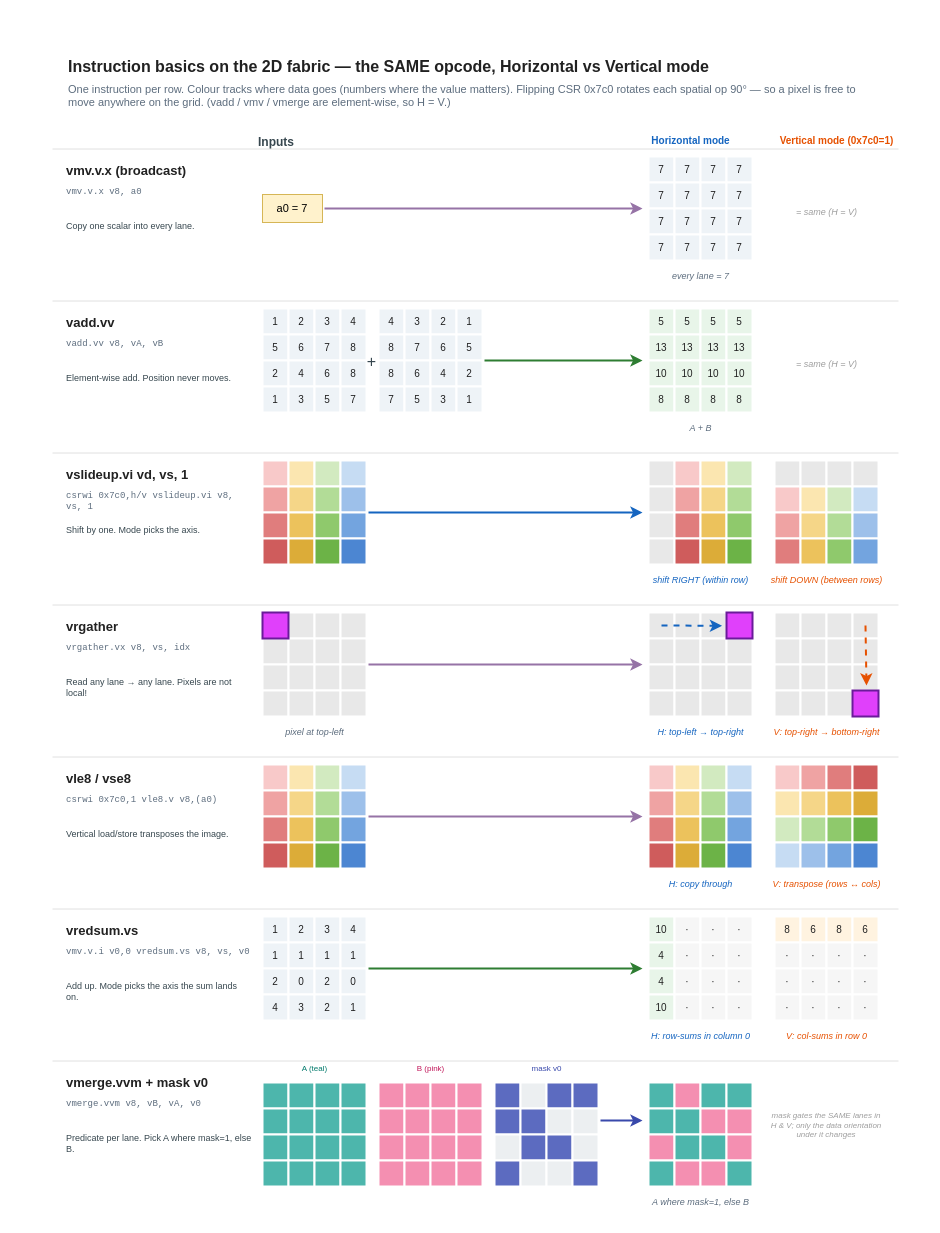
The draw.io diagram fyp_diagram/selected/fabric_instruction_basics.drawio in bontang828/VisionSoC, before the edit. Source tidied: cells renumbered, new cells numbered last; positions are measured from the earlier drawing's top-left corner, leaving out a move shared by most shapes. Both pictures are drawn from the tidied source at 100%, with x=0, y=0 at pixel (52, 50).
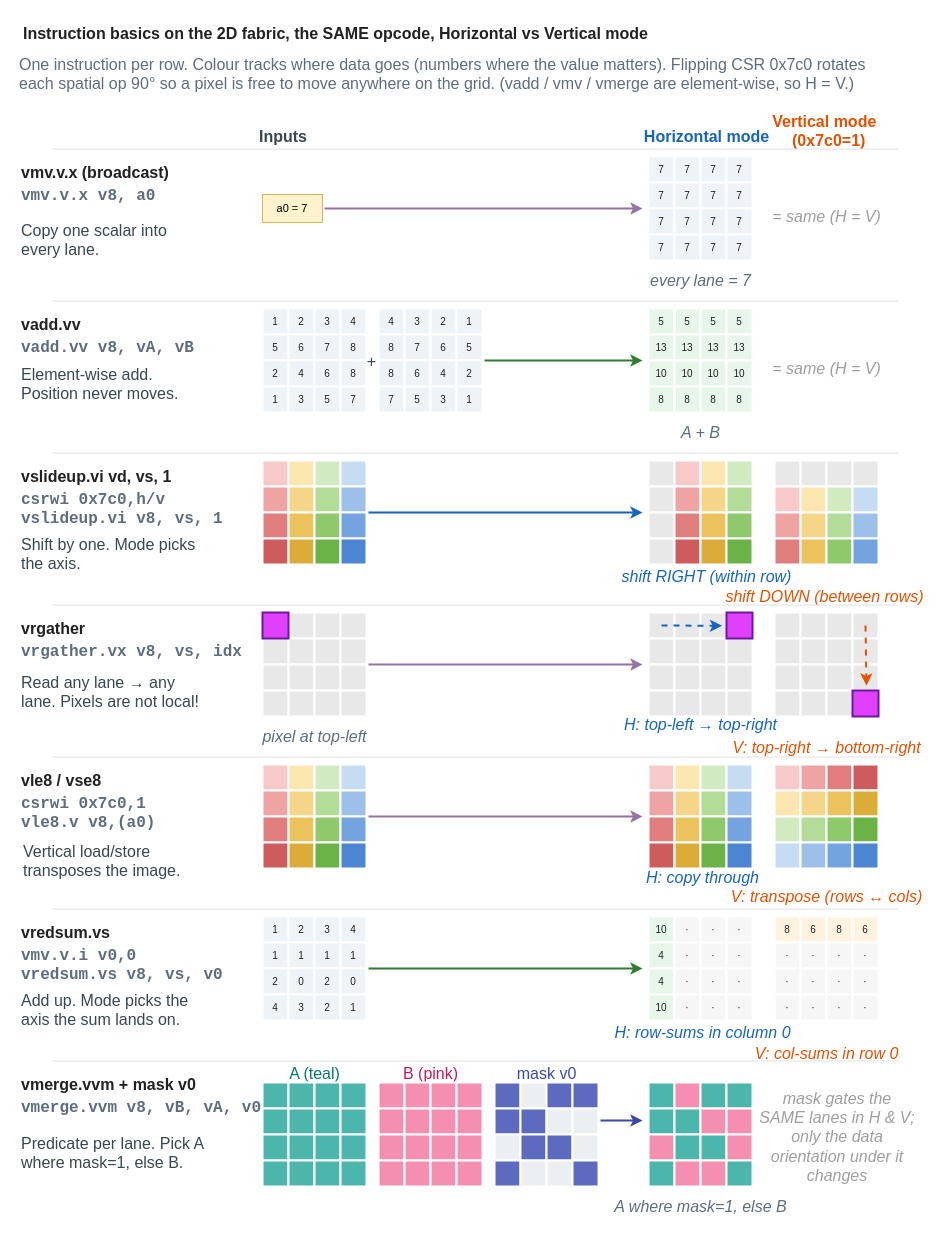
The same diagram, later.

What changed in the source:
```diff
@@
-    <mxCell id="2" value="Instruction basics on the 2D fabric — the SAME opcode, Horizontal vs Vertical mode" style="text;html=1;align=left;fontSize=16;fontStyle=1;fontColor=#212121;" parent="1" vertex="1">
-      <mxGeometry x="14" width="820" height="24" as="geometry" />
+    <mxCell id="2" value="Instruction basics on the 2D fabric, the SAME opcode, Horizontal vs Vertical mode" style="text;html=1;align=left;fontSize=16;fontStyle=1;fontColor=#212121;" parent="1" vertex="1">
+      <mxGeometry x="-31.5" y="-33" width="820" height="24" as="geometry" />
     </mxCell>
-    <mxCell id="3" value="One instruction per row. Colour tracks where data goes (numbers where the value matters). Flipping CSR 0x7c0 rotates each spatial op 90° — so a pixel is free to move anywhere on the grid. (vadd / vmv / vmerge are element-wise, so H = V.)" style="text;html=1;align=left;fontSize=11;fontColor=#5D6D7E;whiteSpace=wrap;" parent="1" vertex="1">
-      <mxGeometry x="14" y="26" width="799" height="28" as="geometry" />
+    <mxCell id="3" value="One instruction per row. Colour tracks where data goes (numbers where the value matters). Flipping CSR 0x7c0 rotates each spatial op 90° so a pixel is free to move anywhere on the grid. (vadd / vmv / vmerge are element-wise, so H = V.)" style="text;html=1;align=left;fontSize=16;fontColor=#5D6D7E;whiteSpace=wrap;" parent="1" vertex="1">
+      <mxGeometry x="-35" y="-2" width="849" height="28" as="geometry" />
     </mxCell>
-    <mxCell id="4" value="Inputs" style="text;html=1;align=left;fontSize=12;fontStyle=1;fontColor=#37474F;" parent="1" vertex="1">
-      <mxGeometry x="204" y="78" width="330" height="20" as="geometry" />
+    <mxCell id="4" value="Inputs" style="text;html=1;align=left;fontSize=16;fontStyle=1;fontColor=#37474F;" parent="1" vertex="1">
+      <mxGeometry x="205" y="70" width="330" height="20" as="geometry" />
     </mxCell>
-    <mxCell id="5" value="Horizontal mode" style="text;html=1;align=center;fontSize=10;fontStyle=1;fontColor=#1565C0;" parent="1" vertex="1">
-      <mxGeometry x="580" y="78" width="116" height="20" as="geometry" />
+    <mxCell id="5" value="Horizontal mode" style="text;html=1;align=center;fontSize=16;fontStyle=1;fontColor=#1565C0;" parent="1" vertex="1">
+      <mxGeometry x="596" y="70" width="116" height="20" as="geometry" />
     </mxCell>
-    <mxCell id="6" value="Vertical mode  (0x7c0=1)" style="text;html=1;align=center;fontSize=10;fontStyle=1;fontColor=#E65100;" parent="1" vertex="1">
-      <mxGeometry x="726" y="78" width="116" height="20" as="geometry" />
+    <mxCell id="6" value="Vertical mode&amp;nbsp;&lt;div&gt;&amp;nbsp;(0x7c0=1)&lt;/div&gt;" style="text;html=1;align=center;fontSize=16;fontStyle=1;fontColor=#E65100;" parent="1" vertex="1">
+      <mxGeometry x="716" y="55" width="116" height="20" as="geometry" />
     </mxCell>
-    <mxCell id="7" value="vmv.v.x  (broadcast)" style="text;html=1;align=left;fontSize=13;fontStyle=1;fontColor=#212121;" parent="1" vertex="1">
-      <mxGeometry x="12" y="106" width="188" height="22" as="geometry" />
+    <mxCell id="7" value="vmv.v.x  (broadcast)" style="text;html=1;align=left;fontSize=16;fontStyle=1;fontColor=#212121;" parent="1" vertex="1">
+      <mxGeometry x="-33" y="106" width="188" height="22" as="geometry" />
     </mxCell>
-    <mxCell id="8" value="vmv.v.x v8, a0" style="text;html=1;align=left;fontSize=9;fontFamily=Courier New;fontColor=#5D6D7E;whiteSpace=wrap;" parent="1" vertex="1">
-      <mxGeometry x="12" y="130" width="188" height="30" as="geometry" />
+    <mxCell id="8" value="vmv.v.x v8, a0" style="text;html=1;align=left;fontSize=16;fontFamily=Courier New;fontColor=#5D6D7E;whiteSpace=wrap;fontStyle=1;" parent="1" vertex="1">
+      <mxGeometry x="-33" y="130" width="188" height="30" as="geometry" />
     </mxCell>
-    <mxCell id="9" value="Copy one scalar into every lane." style="text;html=1;align=left;fontSize=9;fontColor=#37474F;whiteSpace=wrap;" parent="1" vertex="1">
-      <mxGeometry x="12" y="164" width="188" height="40" as="geometry" />
+    <mxCell id="9" value="Copy one scalar into every lane." style="text;html=1;align=left;fontSize=16;fontColor=#37474F;whiteSpace=wrap;" parent="1" vertex="1">
+      <mxGeometry x="-33" y="164" width="188" height="40" as="geometry" />
     </mxCell>
@@
-    <mxCell id="28" value="every lane = 7" style="text;html=1;align=center;fontSize=9;fontStyle=2;fontColor=#5D6D7E;" parent="1" vertex="1">
+    <mxCell id="28" value="every lane = 7" style="text;html=1;align=center;fontSize=16;fontStyle=2;fontColor=#5D6D7E;" parent="1" vertex="1">
       <mxGeometry x="596" y="214" width="104" height="16" as="geometry" />
     </mxCell>
-    <mxCell id="29" value="= same  (H = V)" style="text;html=1;align=center;fontSize=9;fontStyle=2;fontColor=#9E9E9E;" parent="1" vertex="1">
+    <mxCell id="29" value="= same  (H = V)" style="text;html=1;align=center;fontSize=16;fontStyle=2;fontColor=#9E9E9E;" parent="1" vertex="1">
       <mxGeometry x="722" y="150" width="104" height="16" as="geometry" />
     </mxCell>
-    <mxCell id="30" value="vadd.vv" style="text;html=1;align=left;fontSize=13;fontStyle=1;fontColor=#212121;" parent="1" vertex="1">
-      <mxGeometry x="12" y="258" width="188" height="22" as="geometry" />
+    <mxCell id="30" value="vadd.vv" style="text;html=1;align=left;fontSize=16;fontStyle=1;fontColor=#212121;" parent="1" vertex="1">
+      <mxGeometry x="-33" y="258" width="188" height="22" as="geometry" />
     </mxCell>
-    <mxCell id="31" value="vadd.vv v8, vA, vB" style="text;html=1;align=left;fontSize=9;fontFamily=Courier New;fontColor=#5D6D7E;whiteSpace=wrap;" parent="1" vertex="1">
-      <mxGeometry x="12" y="282" width="188" height="30" as="geometry" />
+    <mxCell id="31" value="vadd.vv v8, vA, vB" style="text;html=1;align=left;fontSize=16;fontFamily=Courier New;fontColor=#5D6D7E;whiteSpace=wrap;fontStyle=1;" parent="1" vertex="1">
+      <mxGeometry x="-33" y="282" width="188" height="30" as="geometry" />
     </mxCell>
-    <mxCell id="32" value="Element-wise add. Position never moves." style="text;html=1;align=left;fontSize=9;fontColor=#37474F;whiteSpace=wrap;" parent="1" vertex="1">
-      <mxGeometry x="12" y="316" width="188" height="40" as="geometry" />
+    <mxCell id="32" value="Element-wise add. Position never moves." style="text;html=1;align=left;fontSize=16;fontColor=#37474F;whiteSpace=wrap;" parent="1" vertex="1">
+      <mxGeometry x="-33" y="308" width="188" height="40" as="geometry" />
     </mxCell>
@@
-    <mxCell id="83" value="A + B" style="text;html=1;align=center;fontSize=9;fontStyle=2;fontColor=#5D6D7E;" parent="1" vertex="1">
+    <mxCell id="83" value="A + B" style="text;html=1;align=center;fontSize=16;fontStyle=2;fontColor=#5D6D7E;" parent="1" vertex="1">
       <mxGeometry x="596" y="366" width="104" height="16" as="geometry" />
     </mxCell>
-    <mxCell id="84" value="= same  (H = V)" style="text;html=1;align=center;fontSize=9;fontStyle=2;fontColor=#9E9E9E;" parent="1" vertex="1">
+    <mxCell id="84" value="= same  (H = V)" style="text;html=1;align=center;fontSize=16;fontStyle=2;fontColor=#9E9E9E;" parent="1" vertex="1">
       <mxGeometry x="722" y="302" width="104" height="16" as="geometry" />
     </mxCell>
-    <mxCell id="85" value="vslideup.vi  vd, vs, 1" style="text;html=1;align=left;fontSize=13;fontStyle=1;fontColor=#212121;" parent="1" vertex="1">
-      <mxGeometry x="12" y="410" width="188" height="22" as="geometry" />
+    <mxCell id="85" value="vslideup.vi  vd, vs, 1" style="text;html=1;align=left;fontSize=16;fontStyle=1;fontColor=#212121;" parent="1" vertex="1">
+      <mxGeometry x="-33" y="410" width="188" height="22" as="geometry" />
     </mxCell>
-    <mxCell id="86" value="csrwi 0x7c0,h/v vslideup.vi v8, vs, 1" style="text;html=1;align=left;fontSize=9;fontFamily=Courier New;fontColor=#5D6D7E;whiteSpace=wrap;" parent="1" vertex="1">
-      <mxGeometry x="12" y="434" width="188" height="30" as="geometry" />
+    <mxCell id="86" value="csrwi 0x7c0,h/v vslideup.vi v8, vs, 1" style="text;html=1;align=left;fontSize=16;fontFamily=Courier New;fontColor=#5D6D7E;whiteSpace=wrap;fontStyle=1;" parent="1" vertex="1">
+      <mxGeometry x="-33" y="434" width="212" height="30" as="geometry" />
     </mxCell>
-    <mxCell id="87" value="Shift by one. Mode picks the axis." style="text;html=1;align=left;fontSize=9;fontColor=#37474F;whiteSpace=wrap;" parent="1" vertex="1">
-      <mxGeometry x="12" y="468" width="188" height="40" as="geometry" />
+    <mxCell id="87" value="Shift by one. Mode picks the axis." style="text;html=1;align=left;fontSize=16;fontColor=#37474F;whiteSpace=wrap;" parent="1" vertex="1">
+      <mxGeometry x="-33" y="478" width="188" height="40" as="geometry" />
     </mxCell>
@@
-    <mxCell id="121" value="shift RIGHT (within row)" style="text;html=1;align=center;fontSize=9;fontStyle=2;fontColor=#1565C0;" parent="1" vertex="1">
-      <mxGeometry x="596" y="518" width="104" height="16" as="geometry" />
+    <mxCell id="121" value="shift RIGHT (within row)" style="text;html=1;align=center;fontSize=16;fontStyle=2;fontColor=#1565C0;" parent="1" vertex="1">
+      <mxGeometry x="602" y="510" width="104" height="16" as="geometry" />
     </mxCell>
@@
-    <mxCell id="138" value="shift DOWN (between rows)" style="text;html=1;align=center;fontSize=9;fontStyle=2;fontColor=#E65100;" parent="1" vertex="1">
-      <mxGeometry x="722" y="518" width="104" height="16" as="geometry" />
+    <mxCell id="138" value="shift DOWN (between rows)" style="text;html=1;align=center;fontSize=16;fontStyle=2;fontColor=#E65100;" parent="1" vertex="1">
+      <mxGeometry x="720" y="530" width="104" height="16" as="geometry" />
     </mxCell>
-    <mxCell id="139" value="vrgather" style="text;html=1;align=left;fontSize=13;fontStyle=1;fontColor=#212121;" parent="1" vertex="1">
-      <mxGeometry x="12" y="562" width="188" height="22" as="geometry" />
+    <mxCell id="139" value="vrgather" style="text;html=1;align=left;fontSize=16;fontStyle=1;fontColor=#212121;" parent="1" vertex="1">
+      <mxGeometry x="-33" y="562" width="188" height="22" as="geometry" />
     </mxCell>
-    <mxCell id="140" value="vrgather.vx v8, vs, idx" style="text;html=1;align=left;fontSize=9;fontFamily=Courier New;fontColor=#5D6D7E;whiteSpace=wrap;" parent="1" vertex="1">
-      <mxGeometry x="12" y="586" width="188" height="30" as="geometry" />
+    <mxCell id="140" value="vrgather.vx v8, vs, idx" style="text;html=1;align=left;fontSize=16;fontFamily=Courier New;fontColor=#5D6D7E;whiteSpace=wrap;fontStyle=1;" parent="1" vertex="1">
+      <mxGeometry x="-33" y="586" width="225" height="30" as="geometry" />
     </mxCell>
-    <mxCell id="141" value="Read any lane → any lane. Pixels are not local!" style="text;html=1;align=left;fontSize=9;fontColor=#37474F;whiteSpace=wrap;" parent="1" vertex="1">
-      <mxGeometry x="12" y="620" width="188" height="40" as="geometry" />
+    <mxCell id="141" value="Read any lane → any lane. Pixels are not local!" style="text;html=1;align=left;fontSize=16;fontColor=#37474F;whiteSpace=wrap;" parent="1" vertex="1">
+      <mxGeometry x="-33" y="616" width="188" height="40" as="geometry" />
     </mxCell>
@@
-    <mxCell id="158" value="pixel at top-left" style="text;html=1;align=center;fontSize=9;fontStyle=2;fontColor=#5D6D7E;" parent="1" vertex="1">
+    <mxCell id="158" value="pixel at top-left" style="text;html=1;align=center;fontSize=16;fontStyle=2;fontColor=#5D6D7E;" parent="1" vertex="1">
       <mxGeometry x="210" y="670" width="104" height="16" as="geometry" />
     </mxCell>
@@
-    <mxCell id="174" value="H: top-left → top-right" style="text;html=1;align=center;fontSize=9;fontStyle=2;fontColor=#1565C0;" parent="1" vertex="1">
-      <mxGeometry x="596" y="670" width="104" height="16" as="geometry" />
+    <mxCell id="174" value="H: top-left → top-right" style="text;html=1;align=center;fontSize=16;fontStyle=2;fontColor=#1565C0;" parent="1" vertex="1">
+      <mxGeometry x="596" y="658" width="104" height="16" as="geometry" />
     </mxCell>
@@
-    <mxCell id="191" value="V: top-right → bottom-right" style="text;html=1;align=center;fontSize=9;fontStyle=2;fontColor=#E65100;" parent="1" vertex="1">
-      <mxGeometry x="722" y="670" width="104" height="16" as="geometry" />
+    <mxCell id="191" value="V: top-right → bottom-right" style="text;html=1;align=center;fontSize=16;fontStyle=2;fontColor=#E65100;" parent="1" vertex="1">
+      <mxGeometry x="722" y="681" width="104" height="16" as="geometry" />
     </mxCell>
-    <mxCell id="192" value="vle8 / vse8" style="text;html=1;align=left;fontSize=13;fontStyle=1;fontColor=#212121;" parent="1" vertex="1">
-      <mxGeometry x="12" y="714" width="188" height="22" as="geometry" />
+    <mxCell id="192" value="vle8 / vse8" style="text;html=1;align=left;fontSize=16;fontStyle=1;fontColor=#212121;" parent="1" vertex="1">
+      <mxGeometry x="-33" y="714" width="188" height="22" as="geometry" />
     </mxCell>
-    <mxCell id="193" value="csrwi 0x7c0,1 vle8.v v8,(a0)" style="text;html=1;align=left;fontSize=9;fontFamily=Courier New;fontColor=#5D6D7E;whiteSpace=wrap;" parent="1" vertex="1">
-      <mxGeometry x="12" y="738" width="188" height="30" as="geometry" />
+    <mxCell id="193" value="csrwi 0x7c0,1 vle8.v v8,(a0)" style="text;html=1;align=left;fontSize=16;fontFamily=Courier New;fontColor=#5D6D7E;whiteSpace=wrap;fontStyle=1;" parent="1" vertex="1">
+      <mxGeometry x="-33" y="738" width="188" height="30" as="geometry" />
     </mxCell>
-    <mxCell id="194" value="Vertical load/store transposes the image." style="text;html=1;align=left;fontSize=9;fontColor=#37474F;whiteSpace=wrap;" parent="1" vertex="1">
-      <mxGeometry x="12" y="772" width="188" height="40" as="geometry" />
+    <mxCell id="194" value="Vertical load/store transposes the image." style="text;html=1;align=left;fontSize=16;fontColor=#37474F;whiteSpace=wrap;" parent="1" vertex="1">
+      <mxGeometry x="-31.5" y="785" width="188" height="40" as="geometry" />
     </mxCell>
@@
-    <mxCell id="228" value="H: copy through" style="text;html=1;align=center;fontSize=9;fontStyle=2;fontColor=#1565C0;" parent="1" vertex="1">
-      <mxGeometry x="596" y="822" width="104" height="16" as="geometry" />
+    <mxCell id="228" value="H: copy through" style="text;html=1;align=center;fontSize=16;fontStyle=2;fontColor=#1565C0;" parent="1" vertex="1">
+      <mxGeometry x="598" y="811" width="104" height="16" as="geometry" />
     </mxCell>
@@
-    <mxCell id="245" value="V: transpose (rows ↔ cols)" style="text;html=1;align=center;fontSize=9;fontStyle=2;fontColor=#E65100;" parent="1" vertex="1">
-      <mxGeometry x="722" y="822" width="104" height="16" as="geometry" />
+    <mxCell id="245" value="V: transpose (rows ↔ cols)" style="text;html=1;align=center;fontSize=16;fontStyle=2;fontColor=#E65100;" parent="1" vertex="1">
+      <mxGeometry x="722" y="830" width="104" height="16" as="geometry" />
     </mxCell>
-    <mxCell id="246" value="vredsum.vs" style="text;html=1;align=left;fontSize=13;fontStyle=1;fontColor=#212121;" parent="1" vertex="1">
-      <mxGeometry x="12" y="866" width="188" height="22" as="geometry" />
+    <mxCell id="246" value="vredsum.vs" style="text;html=1;align=left;fontSize=16;fontStyle=1;fontColor=#212121;" parent="1" vertex="1">
+      <mxGeometry x="-33" y="866" width="188" height="22" as="geometry" />
     </mxCell>
-    <mxCell id="247" value="vmv.v.i v0,0 vredsum.vs v8, vs, v0" style="text;html=1;align=left;fontSize=9;fontFamily=Courier New;fontColor=#5D6D7E;whiteSpace=wrap;" parent="1" vertex="1">
-      <mxGeometry x="12" y="890" width="188" height="30" as="geometry" />
+    <mxCell id="247" value="vmv.v.i v0,0 vredsum.vs v8, vs, v0" style="text;html=1;align=left;fontSize=16;fontFamily=Courier New;fontColor=#5D6D7E;whiteSpace=wrap;fontStyle=1;" parent="1" vertex="1">
+      <mxGeometry x="-33" y="890" width="214" height="30" as="geometry" />
     </mxCell>
-    <mxCell id="248" value="Add up. Mode picks the axis the sum lands on." style="text;html=1;align=left;fontSize=9;fontColor=#37474F;whiteSpace=wrap;" parent="1" vertex="1">
-      <mxGeometry x="12" y="924" width="188" height="40" as="geometry" />
+    <mxCell id="248" value="Add up. Mode picks the axis the sum lands on." style="text;html=1;align=left;fontSize=16;fontColor=#37474F;whiteSpace=wrap;" parent="1" vertex="1">
+      <mxGeometry x="-33" y="934" width="188" height="40" as="geometry" />
     </mxCell>
@@
-    <mxCell id="282" value="H: row-sums in column 0" style="text;html=1;align=center;fontSize=9;fontStyle=2;fontColor=#1565C0;" parent="1" vertex="1">
-      <mxGeometry x="596" y="974" width="104" height="16" as="geometry" />
+    <mxCell id="282" value="H: row-sums in column 0" style="text;html=1;align=center;fontSize=16;fontStyle=2;fontColor=#1565C0;" parent="1" vertex="1">
+      <mxGeometry x="598" y="966" width="104" height="16" as="geometry" />
     </mxCell>
@@
-    <mxCell id="299" value="V: col-sums in row 0" style="text;html=1;align=center;fontSize=9;fontStyle=2;fontColor=#E65100;" parent="1" vertex="1">
-      <mxGeometry x="722" y="974" width="104" height="16" as="geometry" />
+    <mxCell id="299" value="V: col-sums in row 0" style="text;html=1;align=center;fontSize=16;fontStyle=2;fontColor=#E65100;" parent="1" vertex="1">
+      <mxGeometry x="722" y="987" width="104" height="16" as="geometry" />
     </mxCell>
-    <mxCell id="300" value="vmerge.vvm  +  mask v0" style="text;html=1;align=left;fontSize=13;fontStyle=1;fontColor=#212121;" parent="1" vertex="1">
-      <mxGeometry x="12" y="1018" width="188" height="22" as="geometry" />
+    <mxCell id="300" value="vmerge.vvm  +  mask v0" style="text;html=1;align=left;fontSize=16;fontStyle=1;fontColor=#212121;" parent="1" vertex="1">
+      <mxGeometry x="-33" y="1018" width="188" height="22" as="geometry" />
     </mxCell>
-    <mxCell id="301" value="vmerge.vvm v8, vB, vA, v0" style="text;html=1;align=left;fontSize=9;fontFamily=Courier New;fontColor=#5D6D7E;whiteSpace=wrap;" parent="1" vertex="1">
-      <mxGeometry x="12" y="1042" width="188" height="30" as="geometry" />
+    <mxCell id="301" value="vmerge.vvm v8, vB, vA, v0" style="text;html=1;align=left;fontSize=16;fontFamily=Courier New;fontColor=#5D6D7E;whiteSpace=wrap;fontStyle=1;" parent="1" vertex="1">
+      <mxGeometry x="-33" y="1042" width="243" height="30" as="geometry" />
     </mxCell>
-    <mxCell id="302" value="Predicate per lane. Pick A where mask=1, else B." style="text;html=1;align=left;fontSize=9;fontColor=#37474F;whiteSpace=wrap;" parent="1" vertex="1">
-      <mxGeometry x="12" y="1076" width="188" height="40" as="geometry" />
+    <mxCell id="302" value="Predicate per lane. Pick A where mask=1, else B." style="text;html=1;align=left;fontSize=16;fontColor=#37474F;whiteSpace=wrap;" parent="1" vertex="1">
+      <mxGeometry x="-33" y="1077" width="188" height="40" as="geometry" />
     </mxCell>
@@
-    <mxCell id="304" value="A (teal)" style="text;html=1;align=center;fontSize=8;fontColor=#00796B;" parent="1" vertex="1">
+    <mxCell id="304" value="A (teal)" style="text;html=1;align=center;fontSize=16;fontColor=#00796B;" parent="1" vertex="1">
       <mxGeometry x="210" y="1007" width="104" height="14" as="geometry" />
     </mxCell>
@@
-    <mxCell id="321" value="B (pink)" style="text;html=1;align=center;fontSize=8;fontColor=#C2185B;" parent="1" vertex="1">
+    <mxCell id="321" value="B (pink)" style="text;html=1;align=center;fontSize=16;fontColor=#C2185B;" parent="1" vertex="1">
       <mxGeometry x="326" y="1007" width="104" height="14" as="geometry" />
     </mxCell>
@@
-    <mxCell id="338" value="mask v0" style="text;html=1;align=center;fontSize=8;fontColor=#3949AB;" parent="1" vertex="1">
+    <mxCell id="338" value="mask v0" style="text;html=1;align=center;fontSize=16;fontColor=#3949AB;" parent="1" vertex="1">
       <mxGeometry x="442" y="1007" width="104" height="14" as="geometry" />
     </mxCell>
@@
-    <mxCell id="371" value="A where mask=1, else B" style="text;html=1;align=center;fontSize=9;fontStyle=2;fontColor=#5D6D7E;" parent="1" vertex="1">
+    <mxCell id="371" value="A where mask=1, else B" style="text;html=1;align=center;fontSize=16;fontStyle=2;fontColor=#5D6D7E;" parent="1" vertex="1">
       <mxGeometry x="596" y="1140" width="104" height="16" as="geometry" />
     </mxCell>
-    <mxCell id="372" value="mask gates the SAME lanes in H &amp; V; only the data orientation under it changes" style="text;html=1;align=center;fontSize=8;fontStyle=2;fontColor=#9E9E9E;whiteSpace=wrap;" parent="1" vertex="1">
-      <mxGeometry x="716" y="1054" width="116" height="40" as="geometry" />
+    <mxCell id="372" value="mask gates the SAME lanes in H &amp;amp; V; only the data orientation under it changes" style="text;html=1;align=center;fontSize=16;fontStyle=2;fontColor=#9E9E9E;whiteSpace=wrap;" parent="1" vertex="1">
+      <mxGeometry x="706" y="1032" width="158" height="40" as="geometry" />
     </mxCell>
```
